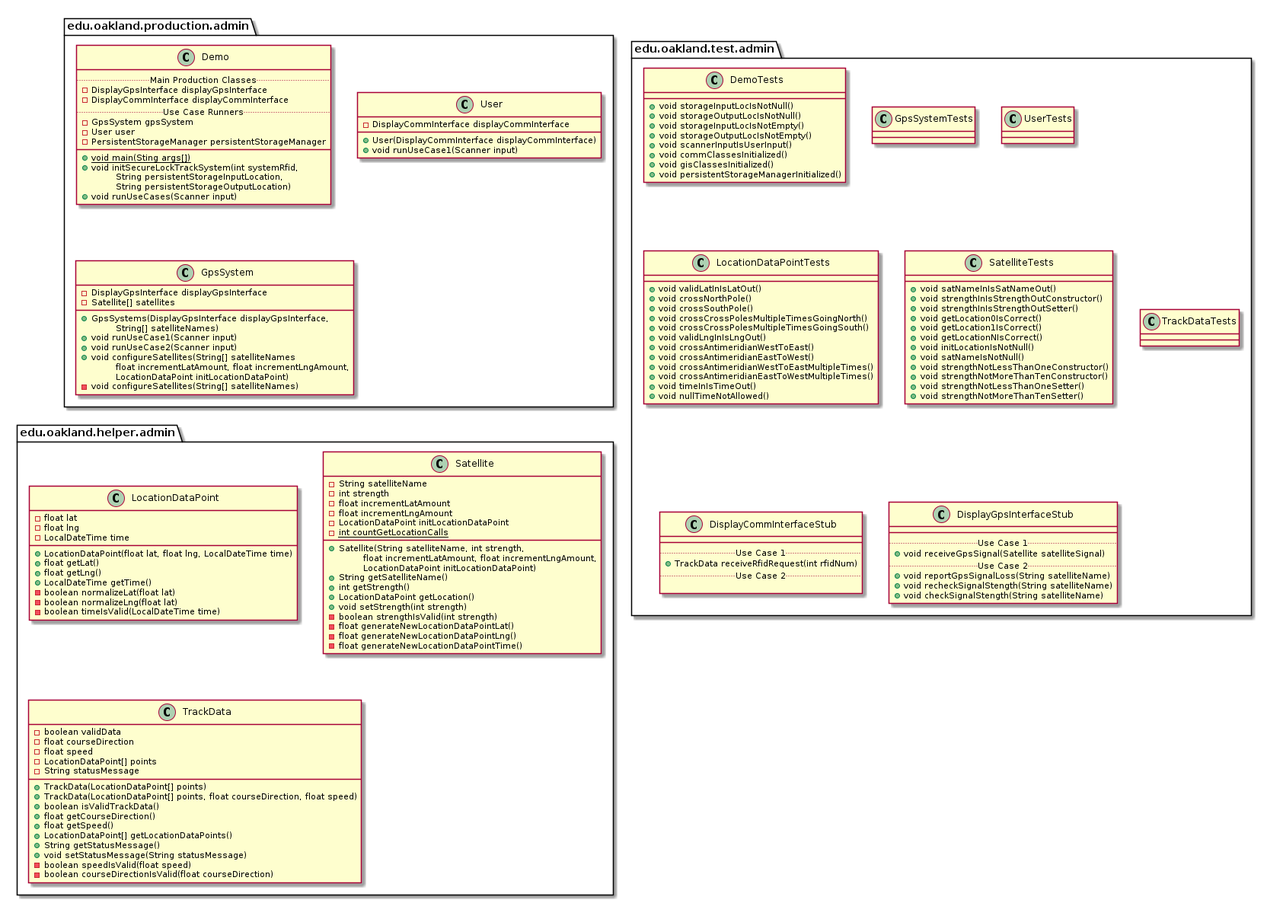
The PlantUML diagram docs/uml-class-diagrams/admin/AdminPackages.png in elilley15/csi-3370-software-project, before a commit.
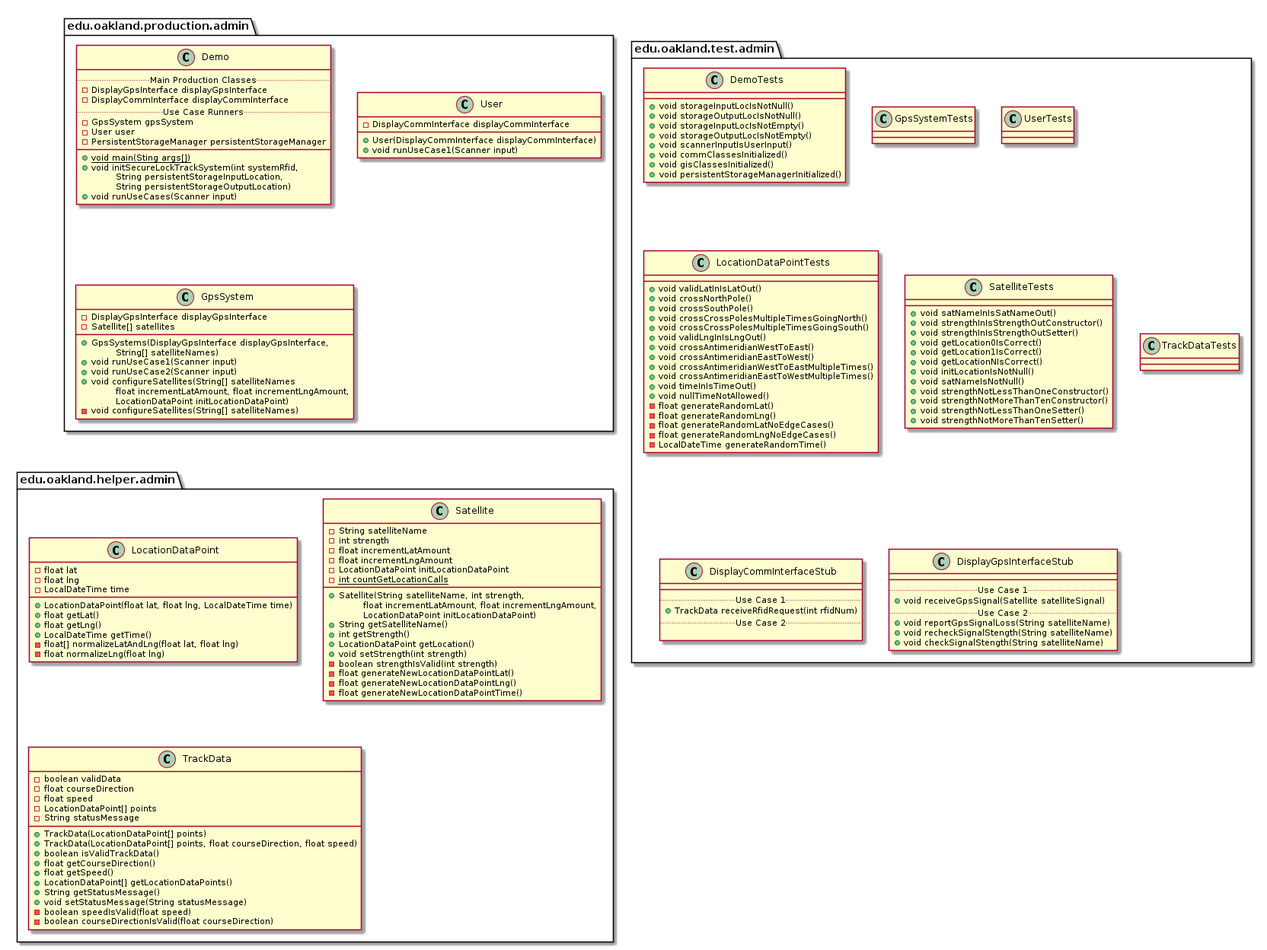
After the change.

Diff of the diagram source:
```diff
@@ -99,6 +99,11 @@
         + void crossAntimeridianEastToWestMultipleTimes()
         + void timeInIsTimeOut()
         + void nullTimeNotAllowed()
+        - float generateRandomLat()
+        - float generateRandomLng()
+        - float generateRandomLatNoEdgeCases()
+        - float generateRandomLngNoEdgeCases()
+        - LocalDateTime generateRandomTime()
     }
 }
 
@@ -167,9 +172,8 @@
         + float getLat()
         + float getLng()
         + LocalDateTime getTime()
-        - boolean normalizeLat(float lat)
-        - boolean normalizeLng(float lat)
-        - boolean timeIsValid(LocalDateTime time)
+        - float[] normalizeLatAndLng(float lat, float lng)
+        - float normalizeLng(float lng)
     }
 }
 
```
